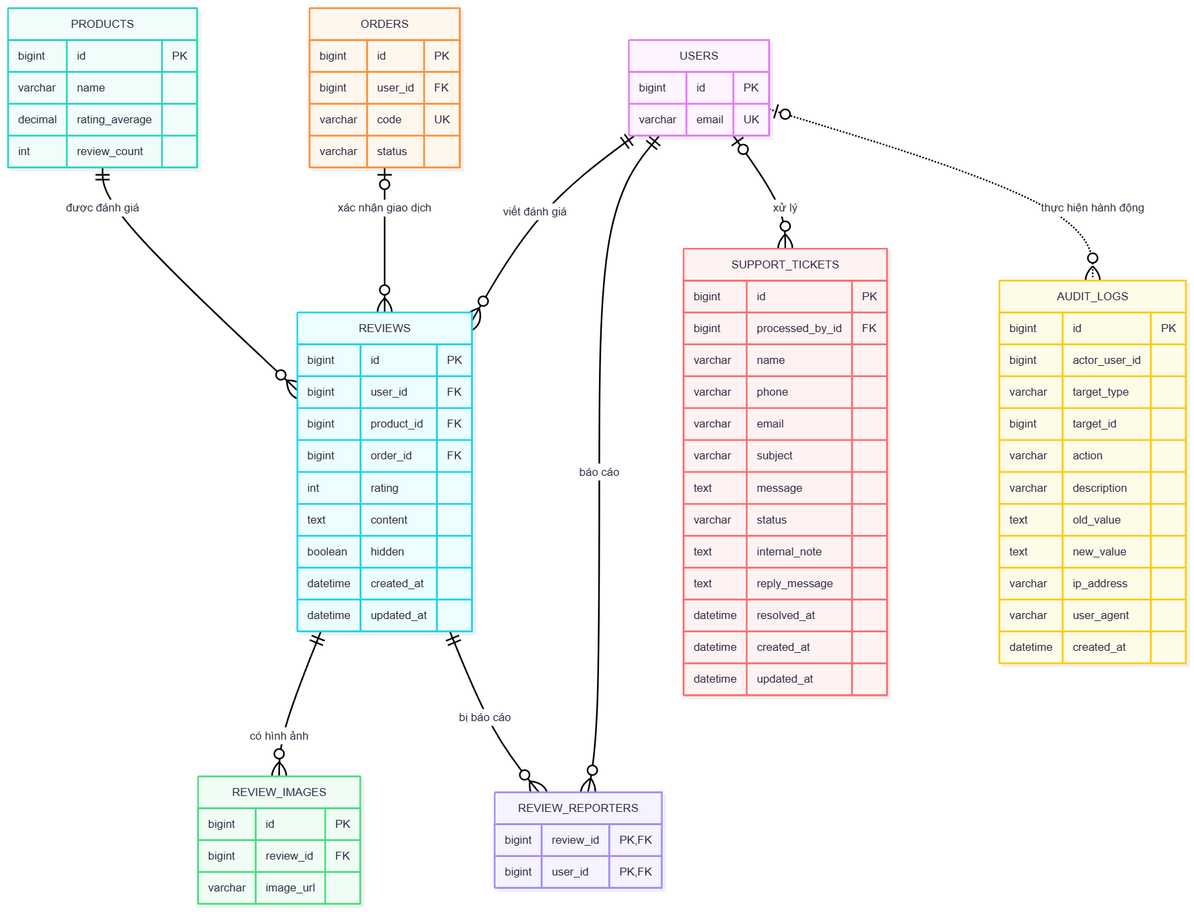
ZzZueszZ/digital-rental keeps this Mermaid diagram as docs/diagrams/image/review_system.png. Above is the earlier version. Its source is kept beside it as docs/diagrams/mermaid/review_system.mmd. Its diagram source:
```mermaid
erDiagram
    USERS {
        bigint id PK
        varchar email UK
    }

    PRODUCTS {
        bigint id PK
        varchar name
        decimal rating_average
        int review_count
    }

    ORDERS {
        bigint id PK
        bigint user_id FK
        varchar code UK
        varchar status
    }

    REVIEWS {
        bigint id PK
        bigint user_id FK
        bigint product_id FK
        bigint order_id FK
        int rating
        text content
        boolean hidden
        datetime created_at
        datetime updated_at
    }

    REVIEW_IMAGES {
        bigint id PK
        bigint review_id FK
        varchar image_url
    }

    REVIEW_REPORTERS {
        bigint review_id PK, FK
        bigint user_id PK, FK
    }

    SUPPORT_TICKETS {
        bigint id PK
        bigint processed_by_id FK
        varchar name
        varchar phone
        varchar email
        varchar subject
        text message
        varchar status
        text internal_note
        text reply_message
        datetime resolved_at
        datetime created_at
        datetime updated_at
    }

    AUDIT_LOGS {
        bigint id PK
        bigint actor_user_id
        varchar target_type
        bigint target_id
        varchar action
        varchar description
        text old_value
        text new_value
        varchar ip_address
        varchar user_agent
        datetime created_at
    }

    USERS ||--o{ REVIEWS : "viết đánh giá"
    PRODUCTS ||--o{ REVIEWS : "được đánh giá"
    ORDERS o|--o{ REVIEWS : "xác nhận giao dịch"

    REVIEWS ||--o{ REVIEW_IMAGES : "có hình ảnh"
    REVIEWS ||--o{ REVIEW_REPORTERS : "bị báo cáo"
    USERS ||--o{ REVIEW_REPORTERS : "báo cáo"

    USERS o|--o{ SUPPORT_TICKETS : "xử lý"
    USERS o|..o{ AUDIT_LOGS : "thực hiện hành động"
```
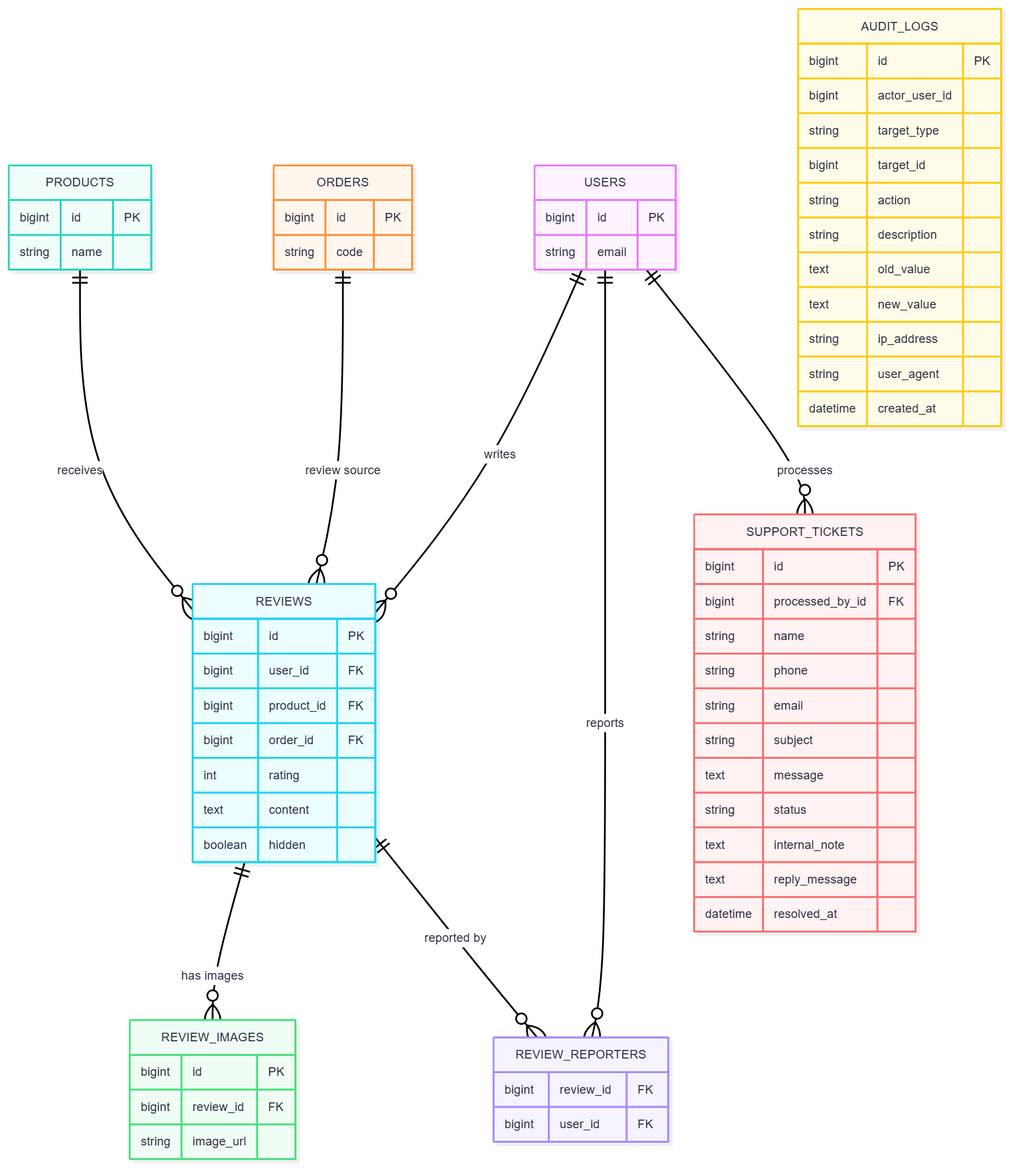
After the commit.

What changed in the source:
```diff
@@ -1,21 +1,17 @@
 erDiagram
     USERS {
         bigint id PK
-        varchar email UK
+        string email
     }
 
     PRODUCTS {
         bigint id PK
-        varchar name
-        decimal rating_average
-        int review_count
+        string name
     }
 
     ORDERS {
         bigint id PK
-        bigint user_id FK
-        varchar code UK
-        varchar status
+        string code
     }
 
     REVIEWS {
@@ -26,58 +22,53 @@
         int rating
         text content
         boolean hidden
-        datetime created_at
-        datetime updated_at
     }
 
     REVIEW_IMAGES {
         bigint id PK
         bigint review_id FK
-        varchar image_url
+        string image_url
     }
 
     REVIEW_REPORTERS {
-        bigint review_id PK, FK
-        bigint user_id PK, FK
+        bigint review_id FK
+        bigint user_id FK
     }
 
     SUPPORT_TICKETS {
         bigint id PK
         bigint processed_by_id FK
-        varchar name
-        varchar phone
-        varchar email
-        varchar subject
+        string name
+        string phone
+        string email
+        string subject
         text message
-        varchar status
+        string status
         text internal_note
         text reply_message
         datetime resolved_at
-        datetime created_at
-        datetime updated_at
     }
 
     AUDIT_LOGS {
         bigint id PK
         bigint actor_user_id
-        varchar target_type
+        string target_type
         bigint target_id
-        varchar action
-        varchar description
+        string action
+        string description
         text old_value
         text new_value
-        varchar ip_address
-        varchar user_agent
+        string ip_address
+        string user_agent
         datetime created_at
     }
 
-    USERS ||--o{ REVIEWS : "viết đánh giá"
-    PRODUCTS ||--o{ REVIEWS : "được đánh giá"
-    ORDERS o|--o{ REVIEWS : "xác nhận giao dịch"
+    USERS ||--o{ REVIEWS : "writes"
+    PRODUCTS ||--o{ REVIEWS : "receives"
+    ORDERS ||--o{ REVIEWS : "review source"
 
-    REVIEWS ||--o{ REVIEW_IMAGES : "có hình ảnh"
-    REVIEWS ||--o{ REVIEW_REPORTERS : "bị báo cáo"
-    USERS ||--o{ REVIEW_REPORTERS : "báo cáo"
+    REVIEWS ||--o{ REVIEW_IMAGES : "has images"
+    REVIEWS ||--o{ REVIEW_REPORTERS : "reported by"
+    USERS ||--o{ REVIEW_REPORTERS : "reports"
 
-    USERS o|--o{ SUPPORT_TICKETS : "xử lý"
-    USERS o|..o{ AUDIT_LOGS : "thực hiện hành động"
+    USERS ||--o{ SUPPORT_TICKETS : "processes"
```
